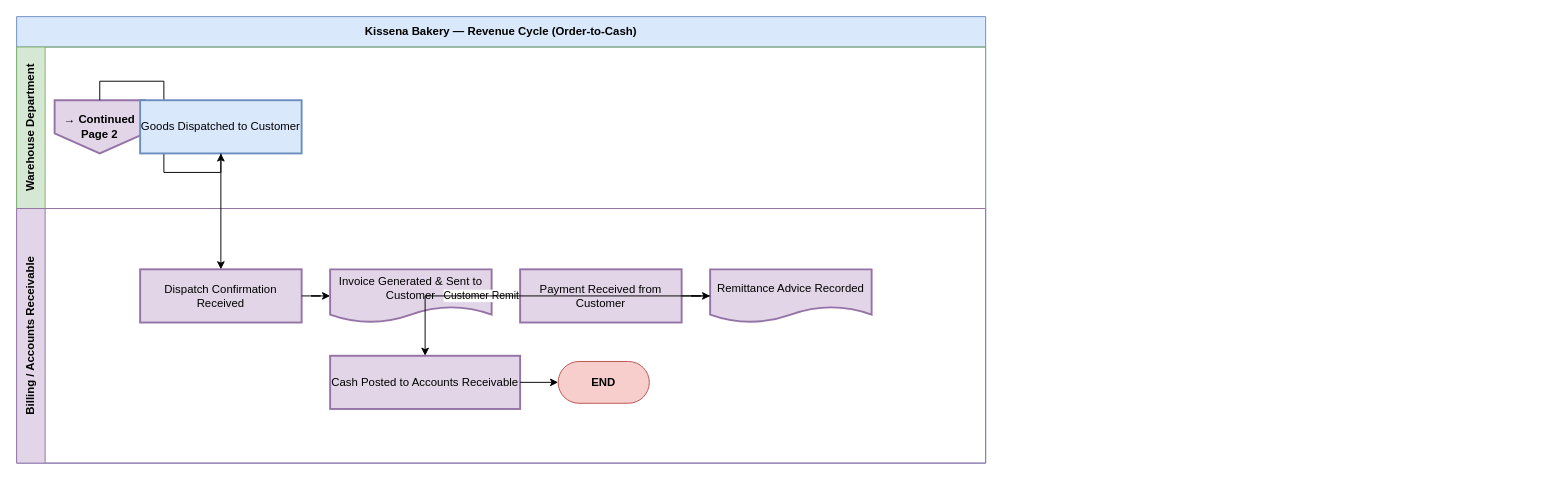
This is page "Page 2" (2 of 2) of Revenue_Cycle_Controls.drawio from JinjieG0314/drawio, a draw.io file, before an edit. Source tidied: cells renumbered, new cells numbered last; positions are measured from the earlier drawing's top-left corner, leaving out a move shared by most shapes. Both pictures are drawn from the tidied source at 95%, with x=0, y=0 at pixel (16, 16).
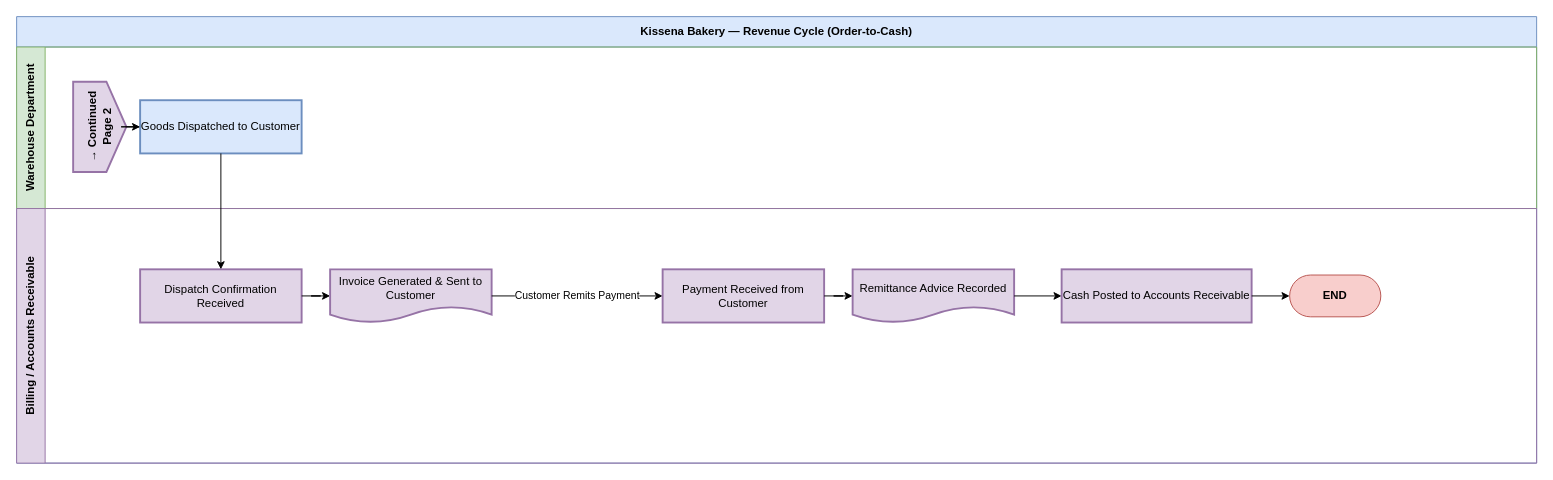
The same page after the edit.

The edit, as a diff of the source:
```diff
@@
 <mxGraphModel>
   <root>
     <mxCell id="0" />
     <mxCell id="1" parent="0" />
     <mxCell id="2" value="Kissena Bakery — Revenue Cycle (Order-to-Cash)" style="swimlane;startSize=32;horizontal=1;whiteSpace=wrap;html=1;fillColor=#dae8fc;strokeColor=#6c8ebf;fontStyle=1;" parent="1" vertex="1">
-      <mxGeometry width="1020" height="470" as="geometry" />
+      <mxGeometry width="1600" height="470" as="geometry" />
     </mxCell>
     <mxCell id="3" value="Warehouse Department" style="swimlane;startSize=30;horizontal=0;whiteSpace=wrap;html=1;fillColor=#d5e8d4;strokeColor=#82b366;fontStyle=1;" parent="2" vertex="1">
-      <mxGeometry y="32" width="1020" height="170" as="geometry" />
+      <mxGeometry y="32" width="1600" height="170" as="geometry" />
     </mxCell>
-    <mxCell id="4" value="Billing / Accounts Receivable" style="swimlane;startSize=30;horizontal=0;whiteSpace=wrap;html=1;fillColor=#e1d5e7;strokeColor=#9673a6;fontStyle=1;" parent="2" vertex="1">
-      <mxGeometry y="202" width="1020" height="268" as="geometry" />
-    </mxCell>
-    <mxCell id="5" value="→ Continued Page 2" style="shape=offPageConnector;direction=east;whiteSpace=wrap;html=1;fillColor=#e1d5e7;strokeColor=#9673a6;strokeWidth=2;fontStyle=1;" parent="3" vertex="1">
+    <mxCell id="5" value="→ Continued Page 2" style="shape=offPageConnector;direction=east;whiteSpace=wrap;html=1;fillColor=#e1d5e7;strokeColor=#9673a6;strokeWidth=2;fontStyle=1;rotation=270;" parent="3" vertex="1">
       <mxGeometry x="40" y="56" width="95" height="56" as="geometry" />
     </mxCell>
     <mxCell id="6" style="edgeStyle=orthogonalEdgeStyle;rounded=0;jettySize=auto;html=1;" parent="3" edge="1" source="5" target="7">
       <mxGeometry relative="1" as="geometry" />
     </mxCell>
     <mxCell id="7" value="Goods Dispatched to Customer" style="rounded=0;whiteSpace=wrap;html=1;fillColor=#dae8fc;strokeColor=#6c8ebf;strokeWidth=2;" parent="3" vertex="1">
       <mxGeometry x="130" y="56" width="170" height="56" as="geometry" />
     </mxCell>
-    <mxCell id="8" style="edgeStyle=orthogonalEdgeStyle;rounded=0;jettySize=auto;html=1;" parent="2" edge="1" source="7" target="9">
-      <mxGeometry relative="1" as="geometry" />
-    </mxCell>
+    <mxCell id="4" value="Billing / Accounts Receivable" style="swimlane;startSize=30;horizontal=0;whiteSpace=wrap;html=1;fillColor=#e1d5e7;strokeColor=#9673a6;fontStyle=1;" parent="2" vertex="1">
+      <mxGeometry y="202" width="1600" height="268" as="geometry" />
+    </mxCell>
     <mxCell id="9" value="Dispatch Confirmation Received" style="rounded=0;whiteSpace=wrap;html=1;fillColor=#e1d5e7;strokeColor=#9673a6;strokeWidth=2;" parent="4" vertex="1">
       <mxGeometry x="130" y="64" width="170" height="56" as="geometry" />
     </mxCell>
     <mxCell id="10" style="edgeStyle=orthogonalEdgeStyle;rounded=0;jettySize=auto;html=1;" parent="4" edge="1" source="9" target="11">
       <mxGeometry relative="1" as="geometry" />
     </mxCell>
     <mxCell id="11" value="Invoice Generated &amp; Sent to Customer" style="shape=document;whiteSpace=wrap;html=1;boundedLbl=1;fillColor=#e1d5e7;strokeColor=#9673a6;strokeWidth=2;" parent="4" vertex="1">
       <mxGeometry x="330" y="64" width="170" height="56" as="geometry" />
     </mxCell>
     <mxCell id="12" value="Customer Remits Payment" style="edgeStyle=orthogonalEdgeStyle;rounded=0;jettySize=auto;html=1;" parent="4" edge="1" source="11" target="13">
       <mxGeometry relative="1" as="geometry" />
     </mxCell>
     <mxCell id="13" value="Payment Received from Customer" style="rounded=0;whiteSpace=wrap;html=1;fillColor=#e1d5e7;strokeColor=#9673a6;strokeWidth=2;" parent="4" vertex="1">
-      <mxGeometry x="530" y="64" width="170" height="56" as="geometry" />
+      <mxGeometry x="680" y="64" width="170" height="56" as="geometry" />
     </mxCell>
     <mxCell id="14" style="edgeStyle=orthogonalEdgeStyle;rounded=0;jettySize=auto;html=1;" parent="4" edge="1" source="13" target="15">
       <mxGeometry relative="1" as="geometry" />
     </mxCell>
     <mxCell id="15" value="Remittance Advice Recorded" style="shape=document;whiteSpace=wrap;html=1;boundedLbl=1;fillColor=#e1d5e7;strokeColor=#9673a6;strokeWidth=2;" parent="4" vertex="1">
-      <mxGeometry x="730" y="64" width="170" height="56" as="geometry" />
+      <mxGeometry x="880" y="64" width="170" height="56" as="geometry" />
     </mxCell>
     <mxCell id="16" style="edgeStyle=orthogonalEdgeStyle;rounded=0;jettySize=auto;html=1;" parent="4" edge="1" source="15" target="17">
       <mxGeometry relative="1" as="geometry" />
     </mxCell>
     <mxCell id="17" value="Cash Posted to Accounts Receivable" style="rounded=0;whiteSpace=wrap;html=1;fillColor=#e1d5e7;strokeColor=#9673a6;strokeWidth=2;" parent="4" vertex="1">
-      <mxGeometry x="330" y="155" width="200" height="56" as="geometry" />
+      <mxGeometry x="1100" y="64" width="200" height="56" as="geometry" />
     </mxCell>
     <mxCell id="18" style="edgeStyle=orthogonalEdgeStyle;rounded=0;jettySize=auto;html=1;" parent="4" edge="1" source="17" target="19">
       <mxGeometry relative="1" as="geometry" />
     </mxCell>
     <mxCell id="19" value="END" style="rounded=1;arcSize=50;whiteSpace=wrap;html=1;fillColor=#f8cecc;strokeColor=#b85450;fontStyle=1;" parent="4" vertex="1">
-      <mxGeometry x="570" y="161" width="96" height="44" as="geometry" />
+      <mxGeometry x="1340" y="70" width="96" height="44" as="geometry" />
     </mxCell>
+    <mxCell id="8" style="edgeStyle=orthogonalEdgeStyle;rounded=0;jettySize=auto;html=1;" parent="2" edge="1" source="7" target="9">
+      <mxGeometry relative="1" as="geometry" />
+    </mxCell>
   </root>
 </mxGraphModel>
```
